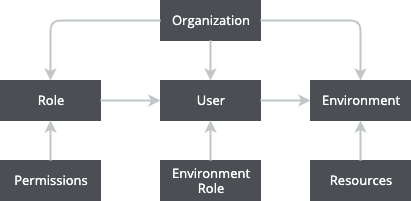
Before: rbac/roles_chart.png, a diagram exported from draw.io (sweetsweetstefan/cloudmc-cloudca-kb). Source tidied: cells renumbered, new cells last; positions are measured from the earlier drawing's top-left corner, leaving out a move shared by most shapes.
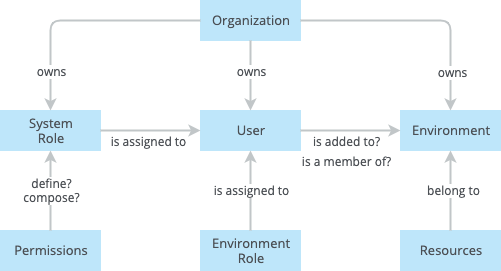
The same diagram one commit later.

What changed in the source:
```diff
@@ -2,50 +2,87 @@
   <root>
     <mxCell id="0" />
     <mxCell id="1" parent="0" />
-    <mxCell id="2" value="Organization" style="whiteSpace=wrap;html=1;align=center;fillColor=#4B4F54;strokeColor=#4B4F54;strokeWidth=1;fontFamily=Open Sans;fontSize=13;fontColor=#FFFFFF;" parent="1" vertex="1">
-      <mxGeometry x="160" width="100" height="40" as="geometry" />
+    <mxCell id="2" value="Organization" style="whiteSpace=wrap;html=1;align=center;fillColor=#BEE6FA;strokeColor=#BEE6FA;strokeWidth=1;fontFamily=Open Sans;fontSize=13;fontColor=#4B4F54;" parent="1" vertex="1">
+      <mxGeometry x="120" y="80" width="100" height="40" as="geometry" />
     </mxCell>
-    <mxCell id="3" value="Role" style="whiteSpace=wrap;html=1;align=center;fillColor=#4B4F54;strokeColor=#4B4F54;strokeWidth=1;fontFamily=Open Sans;fontSize=13;fontColor=#FFFFFF;" parent="1" vertex="1">
-      <mxGeometry y="80" width="100" height="40" as="geometry" />
+    <mxCell id="3" value="System&lt;br&gt;Role" style="whiteSpace=wrap;html=1;align=center;fillColor=#BEE6FA;strokeColor=#BEE6FA;strokeWidth=1;fontFamily=Open Sans;fontSize=13;fontColor=#4B4F54;" parent="1" vertex="1">
+      <mxGeometry x="-80" y="190" width="100" height="40" as="geometry" />
     </mxCell>
-    <mxCell id="4" value="User" style="whiteSpace=wrap;html=1;align=center;fillColor=#4B4F54;strokeColor=#4B4F54;strokeWidth=1;fontFamily=Open Sans;fontSize=13;fontColor=#FFFFFF;" parent="1" vertex="1">
-      <mxGeometry x="160" y="80" width="100" height="40" as="geometry" />
+    <mxCell id="4" value="User" style="whiteSpace=wrap;html=1;align=center;fillColor=#BEE6FA;strokeColor=#BEE6FA;strokeWidth=1;fontFamily=Open Sans;fontSize=13;fontColor=#4B4F54;" parent="1" vertex="1">
+      <mxGeometry x="120" y="190" width="100" height="40" as="geometry" />
     </mxCell>
-    <mxCell id="5" value="Permissions" style="whiteSpace=wrap;html=1;align=center;fillColor=#4B4F54;strokeColor=#4B4F54;strokeWidth=1;fontFamily=Open Sans;fontSize=13;fontColor=#FFFFFF;" parent="1" vertex="1">
-      <mxGeometry y="160" width="100" height="40" as="geometry" />
+    <mxCell id="5" value="Permissions" style="whiteSpace=wrap;html=1;align=center;fillColor=#BEE6FA;strokeColor=#BEE6FA;strokeWidth=1;fontFamily=Open Sans;fontSize=13;fontColor=#4B4F54;" parent="1" vertex="1">
+      <mxGeometry x="-80" y="310" width="100" height="40" as="geometry" />
     </mxCell>
-    <mxCell id="6" style="fontSize=12;html=1;endArrow=classic;startArrow=none;exitX=0.5;exitY=0;exitDx=0;exitDy=0;entryX=0.5;entryY=1;entryDx=0;entryDy=0;strokeColor=#C1C6C8;strokeWidth=2;startFill=0;endFill=1;" parent="1" edge="1" source="5" target="3">
+    <mxCell id="6" style="fontSize=12;html=1;endArrow=classic;startArrow=none;exitX=0.5;exitY=0;exitDx=0;exitDy=0;entryX=0.5;entryY=1;entryDx=0;entryDy=0;strokeColor=#c1c6c8;strokeWidth=2;startFill=0;endFill=1;fontFamily=Open Sans;" parent="1" edge="1" source="5" target="3">
       <mxGeometry relative="1" as="geometry" />
     </mxCell>
+    <mxCell id="17" value="define?&lt;br&gt;compose?" style="text;html=1;align=center;verticalAlign=middle;labelBackgroundColor=#ffffff;fontColor=#4B4F54;fontFamily=Open Sans;fontSize=12;fontStyle=0;" parent="6" vertex="1">
+      <mxGeometry x="-0.05" relative="1" as="geometry">
+        <mxPoint y="-3" as="offset" />
+      </mxGeometry>
+    </mxCell>
-    <mxCell id="7" style="fontSize=12;html=1;endArrow=none;startArrow=classic;exitX=0;exitY=0.5;exitDx=0;exitDy=0;entryX=1;entryY=0.5;entryDx=0;entryDy=0;rounded=1;strokeColor=#C1C6C8;strokeWidth=2;startFill=1;endFill=0;edgeStyle=orthogonalEdgeStyle;" parent="1" edge="1" source="4" target="3">
+    <mxCell id="7" style="fontSize=12;html=1;endArrow=none;startArrow=classic;exitX=0;exitY=0.5;exitDx=0;exitDy=0;entryX=1;entryY=0.5;entryDx=0;entryDy=0;rounded=1;strokeColor=#c1c6c8;strokeWidth=2;startFill=1;endFill=0;edgeStyle=orthogonalEdgeStyle;fontFamily=Open Sans;" parent="1" edge="1" source="4" target="3">
       <mxGeometry relative="1" as="geometry" />
     </mxCell>
+    <mxCell id="18" value="is assigned to" style="text;html=1;align=center;verticalAlign=middle;labelBackgroundColor=#ffffff;fontColor=#4B4F54;fontFamily=Open Sans;" parent="7" vertex="1">
+      <mxGeometry x="0.18" relative="1" as="geometry">
+        <mxPoint x="6" y="10" as="offset" />
+      </mxGeometry>
+    </mxCell>
-    <mxCell id="8" style="fontSize=12;html=1;endArrow=classic;startArrow=none;exitX=0.5;exitY=1;exitDx=0;exitDy=0;entryX=0.5;entryY=0;entryDx=0;entryDy=0;edgeStyle=orthogonalEdgeStyle;strokeColor=#C1C6C8;strokeWidth=2;startFill=0;endFill=1;" parent="1" edge="1" source="2" target="4">
+    <mxCell id="8" style="fontSize=12;html=1;endArrow=classic;startArrow=none;exitX=0.5;exitY=1;exitDx=0;exitDy=0;entryX=0.5;entryY=0;entryDx=0;entryDy=0;edgeStyle=orthogonalEdgeStyle;strokeColor=#c1c6c8;strokeWidth=2;startFill=0;endFill=1;fontFamily=Open Sans;" parent="1" edge="1" source="2" target="4">
       <mxGeometry relative="1" as="geometry" />
     </mxCell>
+    <mxCell id="19" value="owns" style="text;html=1;align=center;verticalAlign=middle;labelBackgroundColor=#ffffff;fontColor=#4B4F54;fontFamily=Open Sans;fontSize=12;fontStyle=0;" parent="8" vertex="1">
+      <mxGeometry x="-0.14" relative="1" as="geometry" />
+    </mxCell>
-    <mxCell id="9" style="edgeStyle=orthogonalEdgeStyle;fontSize=12;html=1;endArrow=classic;startArrow=none;exitX=0;exitY=0.5;exitDx=0;exitDy=0;entryX=0.5;entryY=0;entryDx=0;entryDy=0;strokeColor=#C1C6C8;strokeWidth=2;startFill=0;endFill=1;" parent="1" edge="1" source="2" target="3">
+    <mxCell id="9" style="edgeStyle=orthogonalEdgeStyle;fontSize=12;html=1;endArrow=classic;startArrow=none;exitX=0;exitY=0.5;exitDx=0;exitDy=0;entryX=0.5;entryY=0;entryDx=0;entryDy=0;strokeColor=#c1c6c8;strokeWidth=2;startFill=0;endFill=1;fontFamily=Open Sans;" parent="1" edge="1" source="2" target="3">
       <mxGeometry relative="1" as="geometry" />
     </mxCell>
+    <mxCell id="20" value="owns" style="text;html=1;align=center;verticalAlign=middle;labelBackgroundColor=#ffffff;fontColor=#4B4F54;fontFamily=Open Sans;fontSize=12;fontStyle=0;" parent="9" vertex="1">
+      <mxGeometry x="0.67" relative="1" as="geometry" />
+    </mxCell>
-    <mxCell id="10" value="Environment" style="whiteSpace=wrap;html=1;align=center;fillColor=#4B4F54;strokeColor=#4B4F54;strokeWidth=1;fontFamily=Open Sans;fontSize=13;fontColor=#FFFFFF;" parent="1" vertex="1">
-      <mxGeometry x="310" y="80" width="100" height="40" as="geometry" />
+    <mxCell id="10" value="Environment" style="whiteSpace=wrap;html=1;align=center;fillColor=#BEE6FA;strokeColor=#BEE6FA;strokeWidth=1;fontFamily=Open Sans;fontSize=13;fontColor=#4B4F54;" parent="1" vertex="1">
+      <mxGeometry x="320" y="190" width="100" height="40" as="geometry" />
     </mxCell>
-    <mxCell id="11" style="fontSize=12;html=1;endArrow=none;startArrow=classic;exitX=0;exitY=0.5;exitDx=0;exitDy=0;entryX=1;entryY=0.5;entryDx=0;entryDy=0;rounded=1;strokeColor=#C1C6C8;strokeWidth=2;startFill=1;endFill=0;edgeStyle=orthogonalEdgeStyle;" parent="1" edge="1" source="10" target="4">
+    <mxCell id="11" style="fontSize=12;html=1;endArrow=none;startArrow=classic;exitX=0;exitY=0.5;exitDx=0;exitDy=0;rounded=1;strokeColor=#c1c6c8;strokeWidth=2;startFill=1;endFill=0;edgeStyle=orthogonalEdgeStyle;entryX=1;entryY=0.5;entryDx=0;entryDy=0;fontFamily=Open Sans;" parent="1" edge="1" source="10" target="4">
       <mxGeometry relative="1" as="geometry" />
     </mxCell>
+    <mxCell id="21" value="is added to?" style="text;html=1;align=center;verticalAlign=middle;labelBackgroundColor=#ffffff;fontColor=#4B4F54;fontFamily=Open Sans;" parent="11" vertex="1">
+      <mxGeometry x="0.24" relative="1" as="geometry">
+        <mxPoint x="7" y="10" as="offset" />
+      </mxGeometry>
+    </mxCell>
+    <mxCell id="22" value="is a member of?" style="text;html=1;align=center;verticalAlign=middle;labelBackgroundColor=#ffffff;fontColor=#4B4F54;fontFamily=Open Sans;" parent="11" vertex="1">
+      <mxGeometry x="0.24" relative="1" as="geometry">
+        <mxPoint x="7" y="30" as="offset" />
+      </mxGeometry>
+    </mxCell>
-    <mxCell id="12" style="edgeStyle=orthogonalEdgeStyle;fontSize=12;html=1;endArrow=classic;startArrow=none;exitX=1;exitY=0.5;exitDx=0;exitDy=0;entryX=0.5;entryY=0;entryDx=0;entryDy=0;strokeColor=#C1C6C8;strokeWidth=2;startFill=0;endFill=1;" parent="1" edge="1" source="2" target="10">
+    <mxCell id="12" style="edgeStyle=orthogonalEdgeStyle;fontSize=12;html=1;endArrow=classic;startArrow=none;exitX=1;exitY=0.5;exitDx=0;exitDy=0;entryX=0.5;entryY=0;entryDx=0;entryDy=0;strokeColor=#c1c6c8;strokeWidth=2;startFill=0;endFill=1;fontFamily=Open Sans;" parent="1" edge="1" source="2" target="10">
       <mxGeometry relative="1" as="geometry" />
     </mxCell>
+    <mxCell id="23" value="owns" style="text;html=1;align=center;verticalAlign=middle;labelBackgroundColor=#ffffff;fontColor=#4B4F54;fontFamily=Open Sans;fontSize=12;fontStyle=0;" parent="12" vertex="1">
+      <mxGeometry x="0.68" y="1" relative="1" as="geometry" />
+    </mxCell>
-    <mxCell id="13" value="Resources" style="whiteSpace=wrap;html=1;align=center;fillColor=#4B4F54;strokeColor=#4B4F54;strokeWidth=1;fontFamily=Open Sans;fontSize=13;fontColor=#FFFFFF;" parent="1" vertex="1">
-      <mxGeometry x="310" y="160" width="100" height="40" as="geometry" />
+    <mxCell id="13" value="Resources" style="whiteSpace=wrap;html=1;align=center;fillColor=#BEE6FA;strokeColor=#BEE6FA;strokeWidth=1;fontFamily=Open Sans;fontSize=13;fontColor=#4B4F54;" parent="1" vertex="1">
+      <mxGeometry x="320" y="310" width="100" height="40" as="geometry" />
     </mxCell>
-    <mxCell id="14" style="fontSize=12;html=1;endArrow=none;startArrow=classic;exitX=0.5;exitY=1;exitDx=0;exitDy=0;entryX=0.5;entryY=0;entryDx=0;entryDy=0;rounded=1;strokeColor=#C1C6C8;strokeWidth=2;startFill=1;endFill=0;edgeStyle=orthogonalEdgeStyle;" parent="1" edge="1" source="10" target="13">
+    <mxCell id="14" style="fontSize=12;html=1;endArrow=none;startArrow=classic;exitX=0.5;exitY=1;exitDx=0;exitDy=0;entryX=0.5;entryY=0;entryDx=0;entryDy=0;rounded=1;strokeColor=#c1c6c8;strokeWidth=2;startFill=1;endFill=0;edgeStyle=orthogonalEdgeStyle;fontFamily=Open Sans;" parent="1" edge="1" source="10" target="13">
       <mxGeometry relative="1" as="geometry" />
     </mxCell>
+    <mxCell id="24" value="belong to" style="text;html=1;align=center;verticalAlign=middle;labelBackgroundColor=#ffffff;fontColor=#4B4F54;fontFamily=Open Sans;fontSize=12;fontStyle=0;" parent="14" vertex="1">
+      <mxGeometry x="-0.03" y="2" relative="1" as="geometry" />
+    </mxCell>
-    <mxCell id="15" value="Environment Role" style="whiteSpace=wrap;html=1;align=center;fillColor=#4B4F54;strokeColor=#4B4F54;strokeWidth=1;fontFamily=Open Sans;fontSize=13;fontColor=#FFFFFF;" parent="1" vertex="1">
-      <mxGeometry x="160" y="160" width="100" height="40" as="geometry" />
+    <mxCell id="15" value="Environment Role" style="whiteSpace=wrap;html=1;align=center;fillColor=#BEE6FA;strokeColor=#BEE6FA;strokeWidth=1;fontFamily=Open Sans;fontSize=13;fontColor=#4B4F54;" parent="1" vertex="1">
+      <mxGeometry x="120" y="310" width="100" height="40" as="geometry" />
     </mxCell>
-    <mxCell id="16" style="fontSize=12;html=1;endArrow=classic;startArrow=none;exitX=0.5;exitY=0;exitDx=0;exitDy=0;entryX=0.5;entryY=1;entryDx=0;entryDy=0;strokeColor=#C1C6C8;strokeWidth=2;startFill=0;endFill=1;" parent="1" edge="1" source="15" target="4">
+    <mxCell id="16" style="fontSize=12;html=1;endArrow=classic;startArrow=none;exitX=0.5;exitY=0;exitDx=0;exitDy=0;entryX=0.5;entryY=1;entryDx=0;entryDy=0;strokeColor=#c1c6c8;strokeWidth=2;startFill=0;endFill=1;fontFamily=Open Sans;" parent="1" edge="1" source="15" target="4">
       <mxGeometry relative="1" as="geometry" />
     </mxCell>
+    <mxCell id="25" value="is assigned to" style="text;html=1;align=center;verticalAlign=middle;labelBackgroundColor=#ffffff;fontColor=#4B4F54;fontFamily=Open Sans;fontSize=12;fontStyle=0;spacingBottom=0;spacing=2;labelPadding=0;" parent="16" vertex="1">
+      <mxGeometry x="-0.07" relative="1" as="geometry">
+        <mxPoint y="-4" as="offset" />
+      </mxGeometry>
+    </mxCell>
   </root>
 </mxGraphModel>
```
